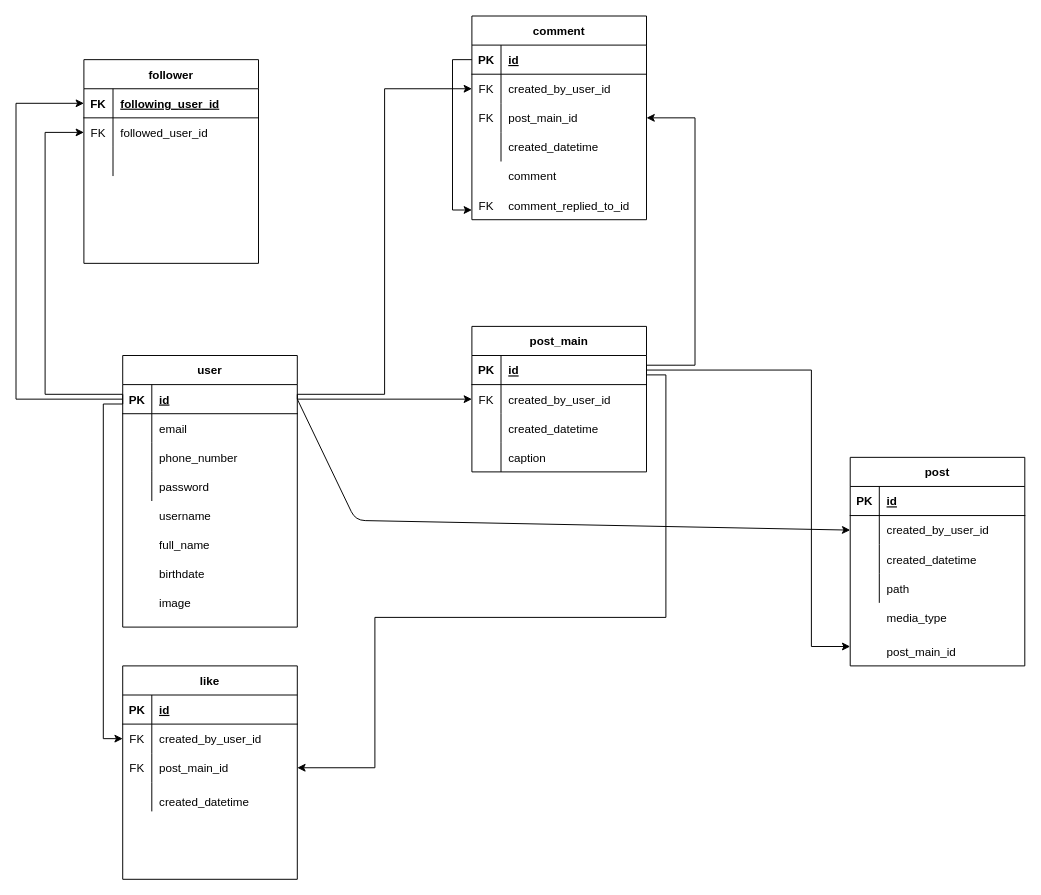
Earlier version of the draw.io diagram diagram.drawio (pok9/instargram). Source tidied: cells renumbered, new cells numbered last; positions are measured from the earlier drawing's top-left corner, leaving out a move shared by most shapes. Both pictures are drawn from the tidied source at 97%, with x=0, y=0 at pixel (16, 16).
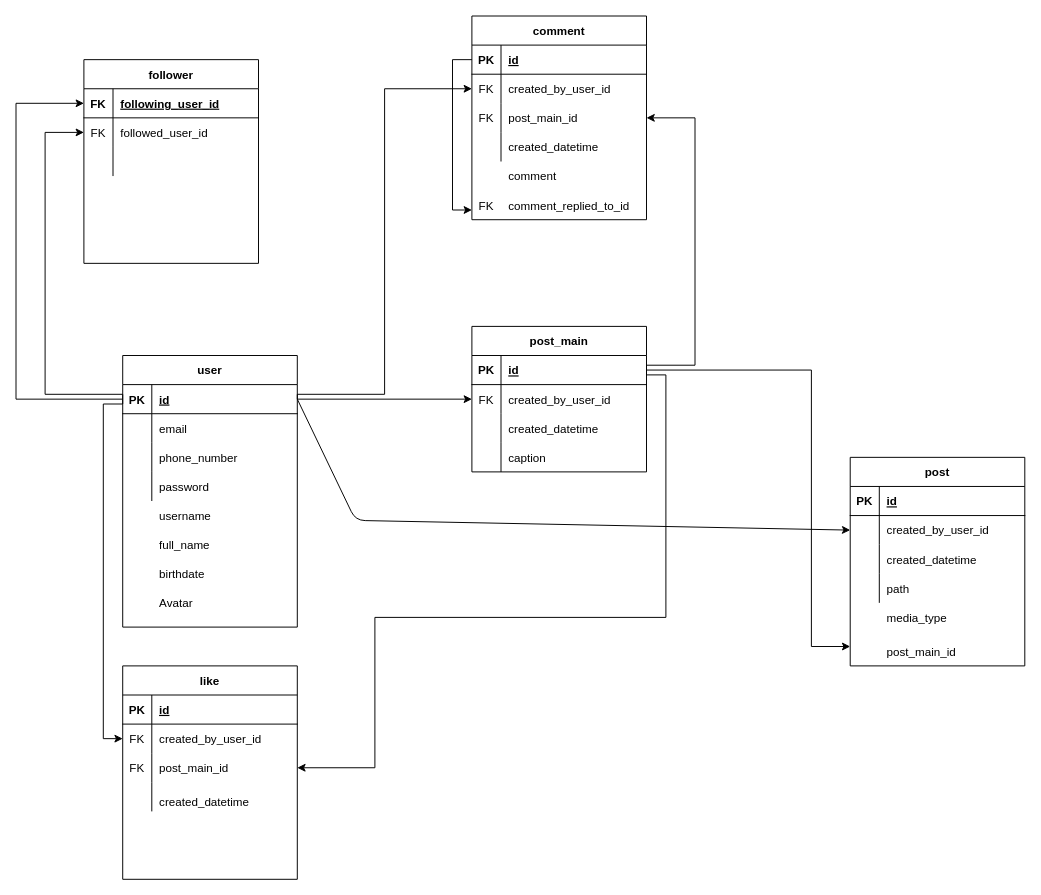
Above is the later version.

What changed in the source:
```diff
@@
-    <mxCell id="95" value="image" style="shape=partialRectangle;fillColor=none;top=0;left=0;bottom=0;right=0;align=left;spacingLeft=6;overflow=hidden;" parent="1" vertex="1">
+    <mxCell id="95" value="Avatar" style="shape=partialRectangle;fillColor=none;top=0;left=0;bottom=0;right=0;align=left;spacingLeft=6;overflow=hidden;" parent="1" vertex="1">
       <mxGeometry x="140" y="590" width="150" height="30" as="geometry" />
     </mxCell>
```
